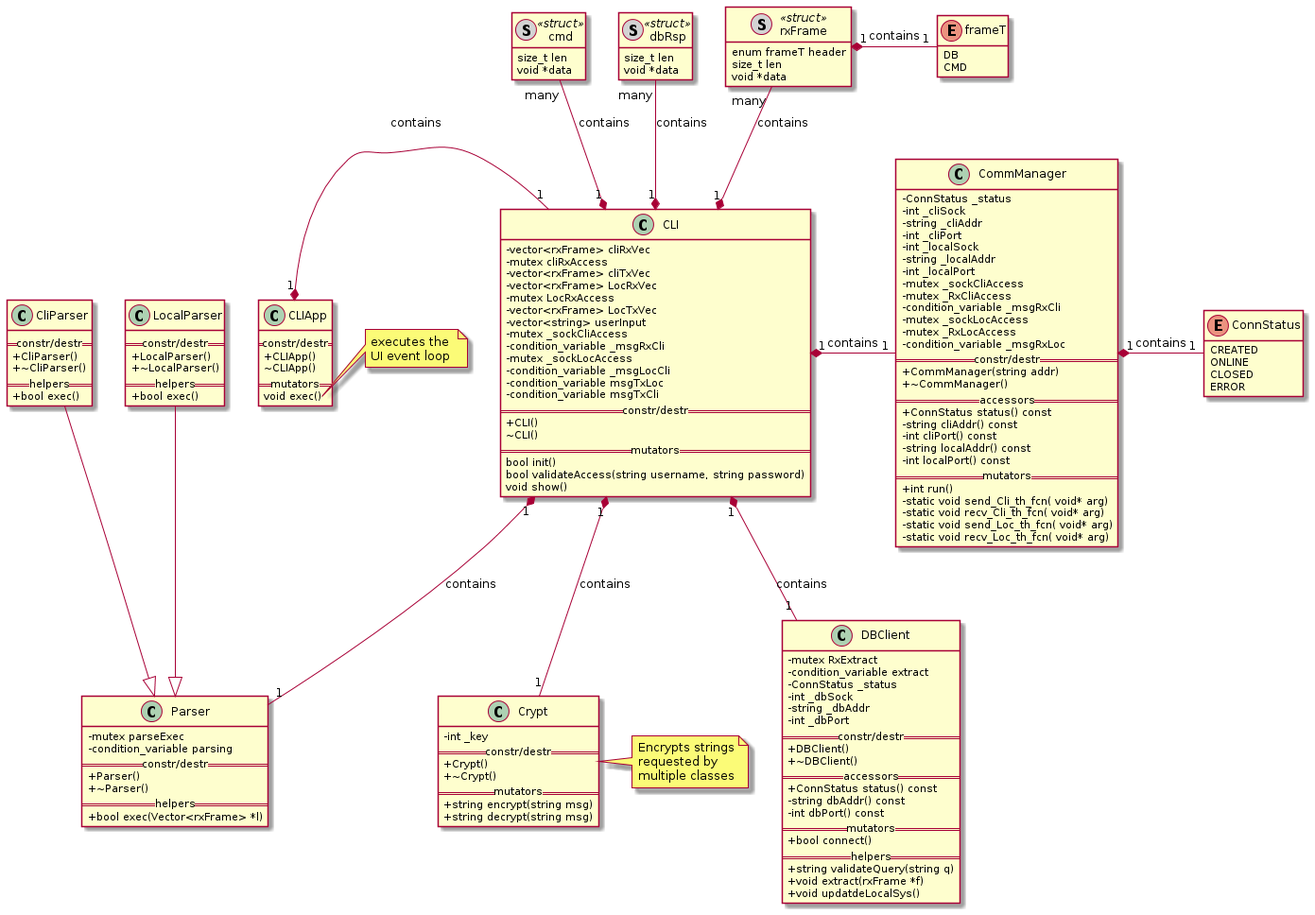
Earlier version of the PlantUML export Proj/report/img/class-diag-rs-hugo.png (ElectroQuanta/MDO).
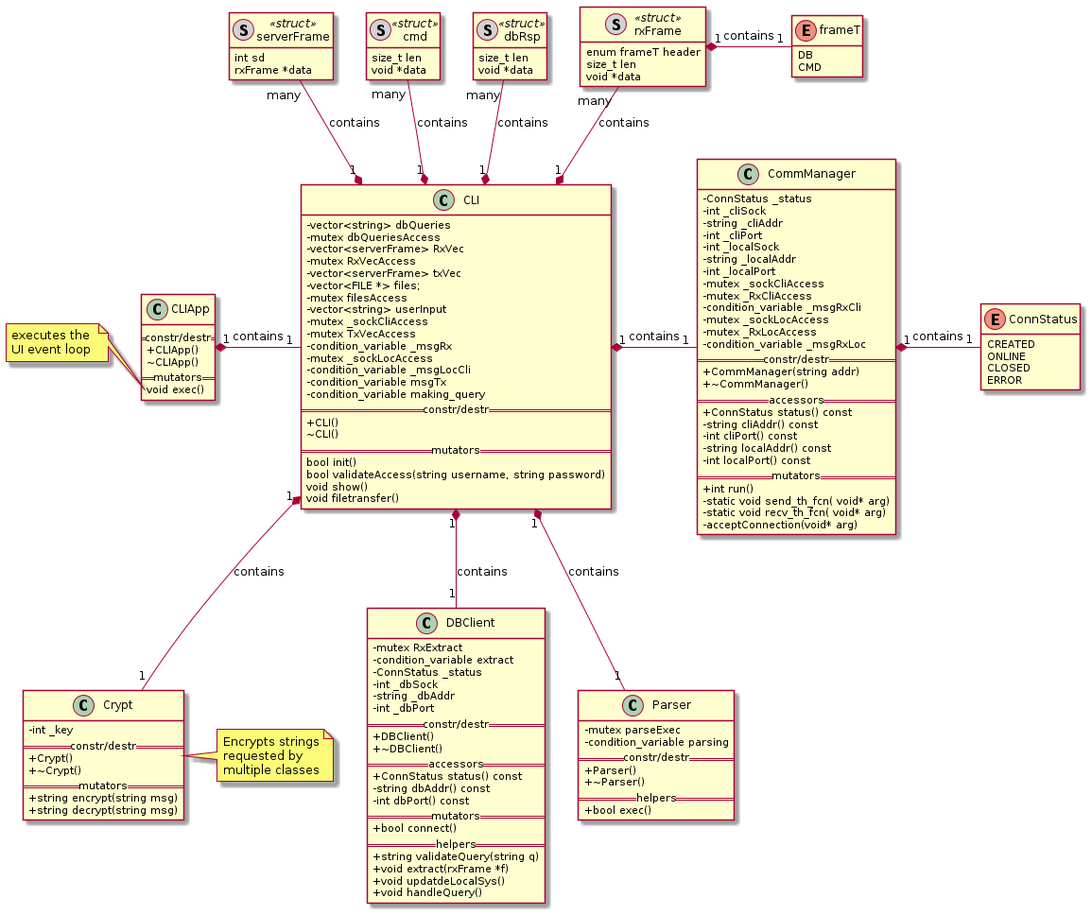
After the commit.

Diff of the diagram source:
```diff
@@ -14,6 +14,10 @@
 class cmd <<(S,lightgrey)struct>>{
 size_t len
 void *data
+}
+class serverFrame <<(S,lightgrey)struct>>{
+int sd
+rxFrame *data
 }
 
 enum ConnStatus{
@@ -36,24 +40,26 @@
     == mutators ==
     void exec()
 }
-    note right of CLIApp::exec
+    note left of CLIApp::exec
     executes the
     UI event loop
     end note
 class CLI{
-  - vector<rxFrame> cliRxVec
-  - mutex cliRxAccess
-  - vector<rxFrame> cliTxVec
-  - vector<rxFrame> LocRxVec
-  - mutex LocRxAccess
-  - vector<rxFrame> LocTxVec
+  - vector<string> dbQueries
+  - mutex dbQueriesAccess
+  - vector<serverFrame> RxVec
+  - mutex RxVecAccess
+  - vector<serverFrame> txVec
+  - vector<FILE *> files;
+  - mutex filesAccess
   - vector<string> userInput
   - mutex _sockCliAccess
-  - condition_variable _msgRxCli
+  - mutex TxVecAccess
+  - condition_variable _msgRx
   - mutex _sockLocAccess
   - condition_variable _msgLocCli
-  - condition_variable msgTxLoc
-  - condition_variable msgTxCli
+  - condition_variable msgTx
+  - condition_variable making_query
   == constr/destr ==
   +CLI()
   ~CLI()
@@ -61,6 +67,7 @@
   bool init()
   bool validateAccess(string username, string password)
   void show()
+  void filetransfer()
 }
 
 
@@ -103,10 +110,9 @@
   - int localPort() const
   == mutators ==
   + int run()
-  - static void send_Cli_th_fcn( void* arg)
-  - static void recv_Cli_th_fcn( void* arg)
-  - static void send_Loc_th_fcn( void* arg)
-  - static void recv_Loc_th_fcn( void* arg)
+  - static void send_th_fcn( void* arg)
+  - static void recv_th_fcn( void* arg)
+  - acceptConnection(void* arg)
 }
 class DBClient{
   -mutex RxExtract
@@ -128,6 +134,7 @@
   + string validateQuery(string q)
   + void extract(rxFrame *f)
   + void updatdeLocalSys()
+  + void handleQuery()
 }
 class Parser{
   -mutex parseExec
@@ -135,20 +142,6 @@
   == constr/destr ==
   +Parser()
   +~Parser()
-  == helpers ==
-  + bool exec(Vector<rxFrame> *l)
-}
-class CliParser{
-  == constr/destr ==
-  +CliParser()
-  +~CliParser()
-  == helpers ==
-  + bool exec()
-}
-class LocalParser{
-  == constr/destr ==
-  +LocalParser()
-  +~LocalParser()
   == helpers ==
   + bool exec()
 }
@@ -168,8 +161,7 @@
 CLI "1" *-u- "many" rxFrame: contains
 CLI "1" *-u- "many" dbRsp: contains
 CLI "1" *-u- "many" cmd: contains
-CliParser --|> Parser
-LocalParser --|> Parser
+CLI "1" *-u- "many" serverFrame: contains
 
 
 @enduml
```
